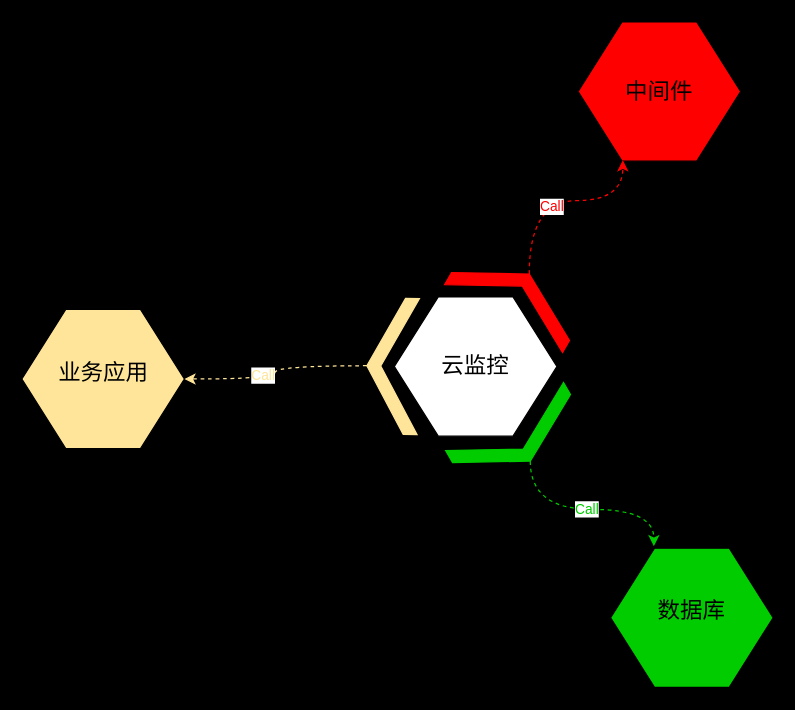
Before: 未命名绘图.drawio in qiangyin/zipkin-server, a draw.io diagram. Source tidied: cells renumbered, new cells numbered last; positions are measured from the earlier drawing's top-left corner, leaving out a move shared by most shapes. Both pictures are drawn from the tidied source at 125%, with x=0, y=0 at pixel (21, 21).
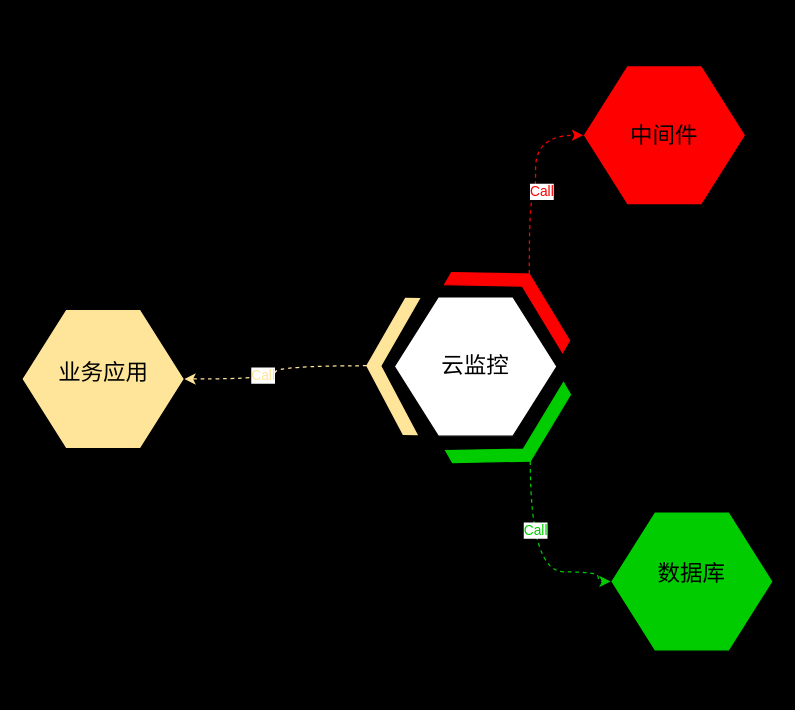
After the change.

Commit message (it also covers changes not shown here):
更新未命名绘图.drawio

Unchanged cells that the change refers to:
```xml
<mxCell id="2" style="html=1;shadow=0;dashed=0;align=center;verticalAlign=middle;shape=mxgraph.arrows2.arrow;dy=0;dx=30;notch=30;direction=west;rotation=120;fillColor=#FF0000;strokeColor=#FF0000;" parent="1" vertex="1">
  <mxGeometry x="375.1" y="165.1" width="41.1" height="108.9" as="geometry" />
</mxCell>
<mxCell id="7" style="html=1;shadow=0;dashed=0;align=center;verticalAlign=middle;shape=mxgraph.arrows2.arrow;dy=0;dx=30;notch=30;direction=north;rotation=150;strokeColor=#00CC00;fillColor=#00CC00;" parent="1" vertex="1">
  <mxGeometry x="342" y="313" width="108.9" height="41.1" as="geometry" />
</mxCell>
```

The edit, as a diff of the source:
```diff
@@
     <mxCell id="9" style="verticalLabelPosition=bottom;verticalAlign=top;html=1;shape=hexagon;perimeter=hexagonPerimeter2;arcSize=6;size=0.27;fillColor=#FF0000;" parent="1" vertex="1">
-      <mxGeometry x="445" width="130" height="111.4" as="geometry" />
+      <mxGeometry x="449" y="35" width="130" height="111.4" as="geometry" />
     </mxCell>
     <mxCell id="10" value="&lt;font style=&quot;font-size: 18px;&quot;&gt;中间件&lt;/font&gt;" style="text;html=1;align=center;verticalAlign=middle;whiteSpace=wrap;rounded=0;" parent="1" vertex="1">
-      <mxGeometry x="480" y="40.7" width="60" height="30" as="geometry" />
+      <mxGeometry x="484" y="75.7" width="60" height="30" as="geometry" />
     </mxCell>
     <mxCell id="11" style="verticalLabelPosition=bottom;verticalAlign=top;html=1;shape=hexagon;perimeter=hexagonPerimeter2;arcSize=6;size=0.27;fillColor=#00CC00;" parent="1" vertex="1">
-      <mxGeometry x="471" y="421" width="130" height="111.4" as="geometry" />
+      <mxGeometry x="471" y="392" width="130" height="111.4" as="geometry" />
     </mxCell>
     <mxCell id="12" value="&lt;font style=&quot;font-size: 18px;&quot;&gt;数据库&lt;/font&gt;" style="text;html=1;align=center;verticalAlign=middle;whiteSpace=wrap;rounded=0;" parent="1" vertex="1">
-      <mxGeometry x="506" y="456" width="60" height="30" as="geometry" />
+      <mxGeometry x="506" y="427" width="60" height="30" as="geometry" />
     </mxCell>
@@
-    <mxCell id="15" style="edgeStyle=orthogonalEdgeStyle;rounded=0;jettySize=auto;html=1;exitX=1;exitY=0.5;exitDx=0;exitDy=0;exitPerimeter=0;entryX=0.275;entryY=0.993;entryDx=0;entryDy=0;entryPerimeter=0;curved=1;dashed=1;strokeColor=#FF0000;" parent="1" edge="1" source="2" target="9">
-      <mxGeometry relative="1" as="geometry" />
+    <mxCell id="15" style="edgeStyle=orthogonalEdgeStyle;rounded=0;jettySize=auto;html=1;exitX=1;exitY=0.5;exitDx=0;exitDy=0;exitPerimeter=0;entryX=0;entryY=0.5;entryDx=0;entryDy=0;curved=1;dashed=1;strokeColor=#FF0000;" parent="1" edge="1" source="2" target="9">
+      <mxGeometry relative="1" as="geometry">
+        <Array as="points">
+          <mxPoint x="406" y="143" />
+          <mxPoint x="411" y="143" />
+          <mxPoint x="411" y="90" />
+          <mxPoint x="449" y="90" />
+        </Array>
+      </mxGeometry>
     </mxCell>
@@
-    <mxCell id="17" style="edgeStyle=orthogonalEdgeStyle;rounded=0;jettySize=auto;html=1;exitX=1;exitY=0.5;exitDx=0;exitDy=0;exitPerimeter=0;entryX=0.266;entryY=-0.014;entryDx=0;entryDy=0;entryPerimeter=0;elbow=vertical;curved=1;strokeColor=#00CC00;dashed=1;" parent="1" edge="1" source="7" target="11">
+    <mxCell id="17" style="edgeStyle=orthogonalEdgeStyle;rounded=0;jettySize=auto;html=1;exitX=1;exitY=0.5;exitDx=0;exitDy=0;exitPerimeter=0;elbow=vertical;curved=1;strokeColor=#00CC00;dashed=1;entryX=0;entryY=0.5;entryDx=0;entryDy=0;" parent="1" edge="1" source="7" target="11">
       <mxGeometry relative="1" as="geometry">
         <Array as="points">
-          <mxPoint x="407" y="390" />
-          <mxPoint x="506" y="390" />
+          <mxPoint x="407" y="440" />
+          <mxPoint x="461" y="440" />
+          <mxPoint x="461" y="448" />
         </Array>
       </mxGeometry>
     </mxCell>
     <mxCell id="18" value="&lt;font color=&quot;#00cc00&quot;&gt;Call&lt;/font&gt;" style="edgeLabel;html=1;align=center;verticalAlign=middle;" parent="17" vertex="1">
-      <mxGeometry x="-0.01" y="1" relative="1" as="geometry" />
+      <mxGeometry x="-0.01" y="1" relative="1" as="geometry">
+        <mxPoint x="3" y="-25" as="offset" />
+      </mxGeometry>
     </mxCell>
```
